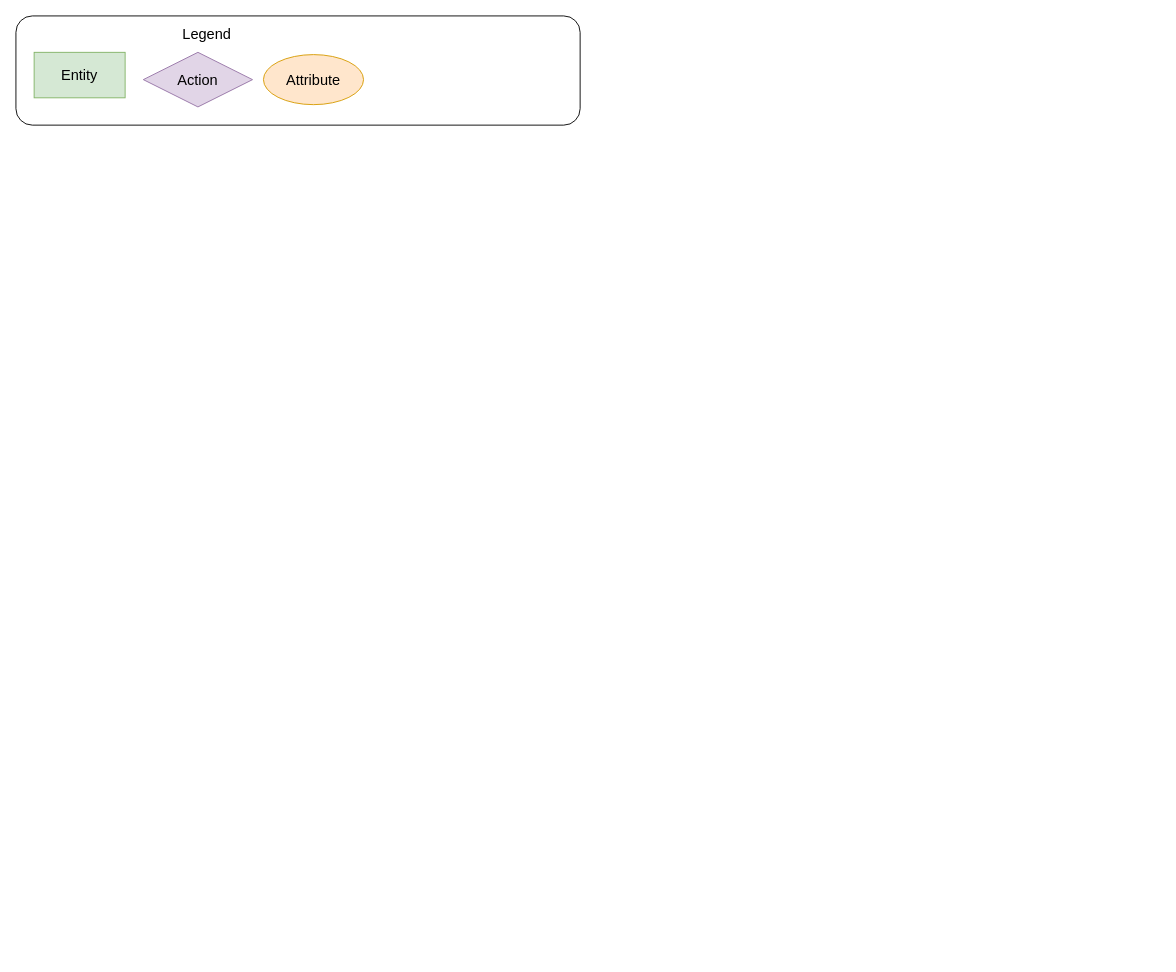
This is page "Page-2" (2 of 2) of RZ-IFD.drawio from rebeccazeidenberg/datadiagrams, a draw.io file, before an edit. Source tidied: cells renumbered, new cells numbered last; positions are measured from the earlier drawing's top-left corner, leaving out a move shared by most shapes. Both pictures are drawn from the tidied source at 91%, with x=0, y=0 at pixel (15, 15).
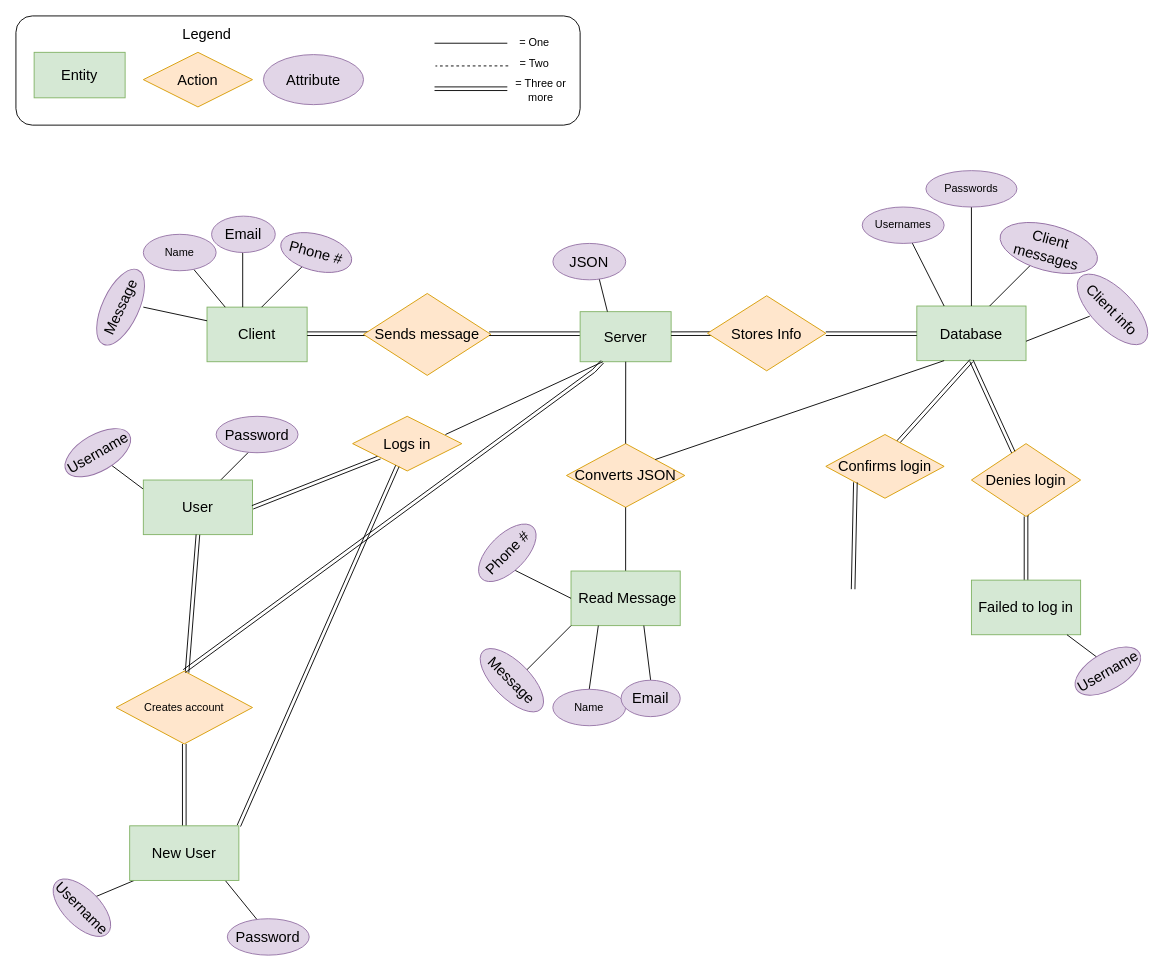
The same diagram, later.

Diff of the diagram source:
```diff
@@
-    <mxCell id="6" style="rhombus;whiteSpace=wrap;html=1;fontSize=16;fillColor=#e1d5e7;strokeColor=#9673a6;" parent="1" vertex="1">
+    <mxCell id="6" style="rhombus;whiteSpace=wrap;html=1;fontSize=16;fillColor=#ffe6cc;strokeColor=#d79b00;" parent="1" vertex="1">
       <mxGeometry x="140" y="40" width="120" height="60" as="geometry" />
     </mxCell>
@@
-    <mxCell id="8" style="ellipse;whiteSpace=wrap;html=1;fontSize=16;fillColor=#ffe6cc;strokeColor=#d79b00;" parent="1" vertex="1">
+    <mxCell id="8" style="ellipse;whiteSpace=wrap;html=1;fontSize=16;fillColor=#e1d5e7;strokeColor=#9673a6;" parent="1" vertex="1">
       <mxGeometry x="272" y="42.5" width="110" height="55" as="geometry" />
     </mxCell>
@@
+    <mxCell id="10" value="= One" style="text;html=1;strokeColor=none;fillColor=none;align=center;verticalAlign=middle;whiteSpace=wrap;rounded=0;" parent="1" vertex="1">
+      <mxGeometry x="540" y="20" width="60" height="20" as="geometry" />
+    </mxCell>
+    <mxCell id="11" style="endArrow=none;html=1;fontSize=16;" parent="1" edge="1">
+      <mxGeometry relative="1" as="geometry">
+        <mxPoint x="460" y="30" as="sourcePoint" />
+        <mxPoint x="540" y="30" as="targetPoint" />
+      </mxGeometry>
+    </mxCell>
+    <mxCell id="12" style="endArrow=none;dashed=1;html=1;fontSize=16;" parent="1" edge="1">
+      <mxGeometry relative="1" as="geometry">
+        <mxPoint x="541" y="54.9" as="sourcePoint" />
+        <mxPoint x="461" y="55" as="targetPoint" />
+      </mxGeometry>
+    </mxCell>
+    <mxCell id="13" value="= Two" style="text;html=1;strokeColor=none;fillColor=none;align=center;verticalAlign=middle;whiteSpace=wrap;rounded=0;" parent="1" vertex="1">
+      <mxGeometry x="540" y="42.5" width="60" height="20" as="geometry" />
+    </mxCell>
+    <mxCell id="14" style="shape=link;html=1;fontSize=16;" parent="1" edge="1">
+      <mxGeometry relative="1" as="geometry">
+        <mxPoint x="460" y="80" as="sourcePoint" />
+        <mxPoint x="540" y="80" as="targetPoint" />
+      </mxGeometry>
+    </mxCell>
+    <mxCell id="15" value="= Three or more" style="text;html=1;strokeColor=none;fillColor=none;align=center;verticalAlign=middle;whiteSpace=wrap;rounded=0;" parent="1" vertex="1">
+      <mxGeometry x="547" y="71.5" width="60" height="20" as="geometry" />
+    </mxCell>
+    <mxCell id="16" value="Client" style="rounded=0;whiteSpace=wrap;html=1;fontSize=16;fillColor=#d5e8d4;strokeColor=#82b366;" parent="1" vertex="1">
+      <mxGeometry x="210" y="320" width="110" height="60" as="geometry" />
+    </mxCell>
+    <mxCell id="17" style="endArrow=none;html=1;fontSize=16;" parent="1" edge="1" target="18">
+      <mxGeometry relative="1" as="geometry">
+        <mxPoint x="230" y="320" as="sourcePoint" />
+      </mxGeometry>
+    </mxCell>
+    <mxCell id="18" value="Name" style="ellipse;whiteSpace=wrap;html=1;fillColor=#e1d5e7;strokeColor=#9673a6;" parent="1" vertex="1">
+      <mxGeometry x="140" y="240" width="80" height="40" as="geometry" />
+    </mxCell>
+    <mxCell id="19" style="endArrow=none;html=1;fontSize=16;" parent="1" edge="1">
+      <mxGeometry relative="1" as="geometry">
+        <mxPoint x="249.2" y="320" as="sourcePoint" />
+        <mxPoint x="249.2" y="260" as="targetPoint" />
+      </mxGeometry>
+    </mxCell>
+    <mxCell id="20" value="Email" style="ellipse;whiteSpace=wrap;html=1;fontSize=16;fillColor=#e1d5e7;strokeColor=#9673a6;" parent="1" vertex="1">
+      <mxGeometry x="215" y="220" width="70" height="40" as="geometry" />
+    </mxCell>
+    <mxCell id="21" style="endArrow=none;html=1;fontSize=16;" parent="1" edge="1">
+      <mxGeometry relative="1" as="geometry">
+        <mxPoint x="270" y="320" as="sourcePoint" />
+        <mxPoint x="320" y="270" as="targetPoint" />
+      </mxGeometry>
+    </mxCell>
+    <mxCell id="22" value="Phone #" style="ellipse;whiteSpace=wrap;html=1;fontSize=16;fillColor=#e1d5e7;strokeColor=#9673a6;rotation=15;" parent="1" vertex="1">
+      <mxGeometry x="290" y="240" width="80" height="40" as="geometry" />
+    </mxCell>
+    <mxCell id="23" style="endArrow=none;html=1;fontSize=16;exitX=0;exitY=0.25;exitDx=0;exitDy=0;" parent="1" edge="1" source="16">
+      <mxGeometry relative="1" as="geometry">
+        <mxPoint x="140" y="320" as="targetPoint" />
+      </mxGeometry>
+    </mxCell>
+    <mxCell id="24" value="Message" style="ellipse;whiteSpace=wrap;html=1;fontSize=16;fillColor=#e1d5e7;strokeColor=#9673a6;rotation=-65;" parent="1" vertex="1">
+      <mxGeometry x="70" y="300" width="90" height="40" as="geometry" />
+    </mxCell>
+    <mxCell id="25" style="shape=link;html=1;fontSize=16;" parent="1" edge="1">
+      <mxGeometry relative="1" as="geometry">
+        <mxPoint x="320" y="349.2" as="sourcePoint" />
+        <mxPoint x="400" y="349.2" as="targetPoint" />
+      </mxGeometry>
+    </mxCell>
+    <mxCell id="26" value="Sends message" style="rhombus;whiteSpace=wrap;html=1;fontSize=16;fillColor=#ffe6cc;strokeColor=#d79b00;" parent="1" vertex="1">
+      <mxGeometry x="382" y="305" width="140" height="90" as="geometry" />
+    </mxCell>
+    <mxCell id="27" style="shape=link;html=1;fontSize=16;" parent="1" edge="1">
+      <mxGeometry relative="1" as="geometry">
+        <mxPoint x="520" y="349.2" as="sourcePoint" />
+        <mxPoint x="620" y="349.2" as="targetPoint" />
+      </mxGeometry>
+    </mxCell>
+    <mxCell id="28" value="Server" style="rounded=0;whiteSpace=wrap;html=1;fontSize=16;fillColor=#d5e8d4;strokeColor=#82b366;" parent="1" vertex="1">
+      <mxGeometry x="620" y="325" width="100" height="55" as="geometry" />
+    </mxCell>
+    <mxCell id="29" style="endArrow=none;html=1;fontSize=16;" parent="1" edge="1">
+      <mxGeometry relative="1" as="geometry">
+        <mxPoint x="650" y="325" as="sourcePoint" />
+        <mxPoint x="640" y="285" as="targetPoint" />
+      </mxGeometry>
+    </mxCell>
+    <mxCell id="30" value="JSON" style="ellipse;whiteSpace=wrap;html=1;fontSize=16;fillColor=#e1d5e7;strokeColor=#9673a6;rotation=0;" parent="1" vertex="1">
+      <mxGeometry x="590.1" y="250" width="80" height="40" as="geometry" />
+    </mxCell>
+    <mxCell id="31" value="Converts JSON" style="rhombus;whiteSpace=wrap;html=1;fontSize=16;fillColor=#ffe6cc;strokeColor=#d79b00;" parent="1" vertex="1">
+      <mxGeometry x="605" y="470" width="130" height="70" as="geometry" />
+    </mxCell>
+    <mxCell id="32" style="endArrow=none;html=1;fontSize=16;entryX=0.5;entryY=1;entryDx=0;entryDy=0;" parent="1" edge="1" target="31">
+      <mxGeometry relative="1" as="geometry">
+        <mxPoint x="670" y="610" as="sourcePoint" />
+      </mxGeometry>
+    </mxCell>
+    <mxCell id="33" style="endArrow=none;html=1;fontSize=16;exitX=0.5;exitY=0;exitDx=0;exitDy=0;" parent="1" edge="1" source="31">
+      <mxGeometry relative="1" as="geometry">
+        <mxPoint x="670.1" y="380" as="targetPoint" />
+      </mxGeometry>
+    </mxCell>
+    <mxCell id="34" value="&amp;nbsp;Read Message" style="rounded=0;whiteSpace=wrap;html=1;fontSize=16;fillColor=#d5e8d4;strokeColor=#82b366;" parent="1" vertex="1">
+      <mxGeometry x="610" y="610" width="120" height="60" as="geometry" />
+    </mxCell>
+    <mxCell id="35" style="endArrow=none;html=1;fontSize=16;exitX=0;exitY=1;exitDx=0;exitDy=0;" parent="1" edge="1" source="34">
+      <mxGeometry relative="1" as="geometry">
+        <mxPoint x="560" y="720" as="targetPoint" />
+      </mxGeometry>
+    </mxCell>
+    <mxCell id="36" value="Message" style="ellipse;whiteSpace=wrap;html=1;fontSize=16;fillColor=#e1d5e7;strokeColor=#9673a6;rotation=45;" parent="1" vertex="1">
+      <mxGeometry x="500" y="710" width="90" height="40" as="geometry" />
+    </mxCell>
+    <mxCell id="37" style="endArrow=none;html=1;fontSize=16;exitX=0.25;exitY=1;exitDx=0;exitDy=0;entryX=0.5;entryY=0;entryDx=0;entryDy=0;" parent="1" edge="1" source="34" target="38">
+      <mxGeometry relative="1" as="geometry" />
+    </mxCell>
+    <mxCell id="38" value="Name" style="ellipse;whiteSpace=wrap;html=1;fillColor=#e1d5e7;strokeColor=#9673a6;" parent="1" vertex="1">
+      <mxGeometry x="590" y="740" width="80" height="40" as="geometry" />
+    </mxCell>
+    <mxCell id="39" style="endArrow=none;html=1;fontSize=16;exitX=0.5;exitY=0;exitDx=0;exitDy=0;" parent="1" edge="1" source="40">
+      <mxGeometry relative="1" as="geometry">
+        <mxPoint x="690" y="670" as="targetPoint" />
+      </mxGeometry>
+    </mxCell>
+    <mxCell id="40" value="Email" style="ellipse;whiteSpace=wrap;html=1;fontSize=16;fillColor=#e1d5e7;strokeColor=#9673a6;" parent="1" vertex="1">
+      <mxGeometry x="665" y="730" width="65" height="40" as="geometry" />
+    </mxCell>
+    <mxCell id="41" style="endArrow=none;html=1;fontSize=16;exitX=0;exitY=0.5;exitDx=0;exitDy=0;" parent="1" edge="1" source="34">
+      <mxGeometry relative="1" as="geometry">
+        <mxPoint x="530" y="600" as="targetPoint" />
+      </mxGeometry>
+    </mxCell>
+    <mxCell id="42" value="Phone #" style="ellipse;whiteSpace=wrap;html=1;fontSize=16;fillColor=#e1d5e7;strokeColor=#9673a6;rotation=-45;" parent="1" vertex="1">
+      <mxGeometry x="500" y="570" width="80" height="40" as="geometry" />
+    </mxCell>
+    <mxCell id="43" style="endArrow=none;html=1;fontSize=16;" parent="1" edge="1">
+      <mxGeometry relative="1" as="geometry">
+        <mxPoint x="140" y="520" as="sourcePoint" />
+        <mxPoint x="100" y="490" as="targetPoint" />
+      </mxGeometry>
+    </mxCell>
+    <mxCell id="44" value="Username" style="ellipse;whiteSpace=wrap;html=1;fontSize=16;fillColor=#e1d5e7;strokeColor=#9673a6;rotation=-30;" parent="1" vertex="1">
+      <mxGeometry x="50" y="460" width="80" height="40" as="geometry" />
+    </mxCell>
+    <mxCell id="45" style="endArrow=none;html=1;fontSize=16;" parent="1" edge="1" source="46">
+      <mxGeometry relative="1" as="geometry">
+        <mxPoint x="265" y="470" as="targetPoint" />
+      </mxGeometry>
+    </mxCell>
+    <mxCell id="46" value="Password" style="ellipse;whiteSpace=wrap;html=1;fontSize=16;fillColor=#e1d5e7;strokeColor=#9673a6;" parent="1" vertex="1">
+      <mxGeometry x="220" y="440" width="90" height="40" as="geometry" />
+    </mxCell>
+    <mxCell id="47" style="endArrow=none;html=1;fontSize=16;" parent="1" edge="1" target="46">
+      <mxGeometry relative="1" as="geometry">
+        <mxPoint x="215" y="520" as="sourcePoint" />
+        <Array as="points">
+          <mxPoint x="255" y="480" />
+        </Array>
+      </mxGeometry>
+    </mxCell>
+    <mxCell id="48" value="User" style="rounded=0;whiteSpace=wrap;html=1;fontSize=16;fillColor=#d5e8d4;strokeColor=#82b366;" parent="1" vertex="1">
+      <mxGeometry x="140" y="510" width="120" height="60" as="geometry" />
+    </mxCell>
+    <mxCell id="49" style="shape=link;html=1;fontSize=16;entryX=0;entryY=1;entryDx=0;entryDy=0;" parent="1" edge="1" target="50">
+      <mxGeometry relative="1" as="geometry">
+        <mxPoint x="260" y="540" as="sourcePoint" />
+      </mxGeometry>
+    </mxCell>
+    <mxCell id="50" value="Logs in" style="rhombus;whiteSpace=wrap;html=1;fontSize=16;fillColor=#ffe6cc;strokeColor=#d79b00;" parent="1" vertex="1">
+      <mxGeometry x="370" y="440" width="120" height="60" as="geometry" />
+    </mxCell>
+    <mxCell id="51" style="endArrow=none;html=1;fontSize=16;entryX=0.25;entryY=1;entryDx=0;entryDy=0;" parent="1" edge="1" target="28">
+      <mxGeometry relative="1" as="geometry">
+        <mxPoint x="472" y="460" as="sourcePoint" />
+      </mxGeometry>
+    </mxCell>
+    <mxCell id="52" style="shape=link;html=1;fontSize=16;" parent="1" edge="1">
+      <mxGeometry relative="1" as="geometry">
+        <mxPoint x="720" y="349.2" as="sourcePoint" />
+        <mxPoint x="770.1" y="349.1" as="targetPoint" />
+      </mxGeometry>
+    </mxCell>
+    <mxCell id="53" value="Stores Info" style="rhombus;whiteSpace=wrap;html=1;fontSize=16;fillColor=#ffe6cc;strokeColor=#d79b00;" parent="1" vertex="1">
+      <mxGeometry x="760" y="307.5" width="130" height="82.5" as="geometry" />
+    </mxCell>
+    <mxCell id="54" value="Database" style="rounded=0;whiteSpace=wrap;html=1;fontSize=16;fillColor=#d5e8d4;strokeColor=#82b366;" parent="1" vertex="1">
+      <mxGeometry x="990" y="318.8" width="120" height="60" as="geometry" />
+    </mxCell>
+    <mxCell id="55" style="shape=link;html=1;fontSize=16;" parent="1" edge="1">
+      <mxGeometry relative="1" as="geometry">
+        <mxPoint x="890" y="349.2" as="sourcePoint" />
+        <mxPoint x="990" y="349.2" as="targetPoint" />
+      </mxGeometry>
+    </mxCell>
+    <mxCell id="56" style="endArrow=none;html=1;fontSize=16;exitX=0.25;exitY=0;exitDx=0;exitDy=0;" parent="1" edge="1" source="54" target="57">
+      <mxGeometry relative="1" as="geometry" />
+    </mxCell>
+    <mxCell id="57" value="Usernames" style="ellipse;whiteSpace=wrap;html=1;fillColor=#e1d5e7;strokeColor=#9673a6;" parent="1" vertex="1">
+      <mxGeometry x="930" y="210" width="90" height="40" as="geometry" />
+    </mxCell>
+    <mxCell id="58" style="endArrow=none;html=1;fontSize=16;exitX=0.5;exitY=0;exitDx=0;exitDy=0;" parent="1" edge="1" source="54" target="59">
+      <mxGeometry relative="1" as="geometry" />
+    </mxCell>
+    <mxCell id="59" value="Passwords" style="ellipse;whiteSpace=wrap;html=1;fillColor=#e1d5e7;strokeColor=#9673a6;" parent="1" vertex="1">
+      <mxGeometry x="1000" y="170" width="100" height="40" as="geometry" />
+    </mxCell>
+    <mxCell id="60" style="endArrow=none;html=1;fontSize=16;" parent="1" edge="1">
+      <mxGeometry relative="1" as="geometry">
+        <mxPoint x="1070" y="318.8" as="sourcePoint" />
+        <mxPoint x="1120" y="268.8" as="targetPoint" />
+      </mxGeometry>
+    </mxCell>
+    <mxCell id="61" value="Client messages" style="ellipse;whiteSpace=wrap;html=1;fontSize=16;fillColor=#e1d5e7;strokeColor=#9673a6;rotation=15;" parent="1" vertex="1">
+      <mxGeometry x="1080" y="230" width="110" height="50" as="geometry" />
+    </mxCell>
+    <mxCell id="62" style="endArrow=none;html=1;fontSize=16;" parent="1" edge="1">
+      <mxGeometry relative="1" as="geometry">
+        <mxPoint x="1110" y="357.5" as="sourcePoint" />
+        <mxPoint x="1180" y="330" as="targetPoint" />
+      </mxGeometry>
+    </mxCell>
+    <mxCell id="63" value="Client info" style="ellipse;whiteSpace=wrap;html=1;fontSize=16;fillColor=#e1d5e7;strokeColor=#9673a6;rotation=45;" parent="1" vertex="1">
+      <mxGeometry x="1155" y="300" width="100" height="45" as="geometry" />
+    </mxCell>
+    <mxCell id="64" style="endArrow=none;html=1;fontSize=16;entryX=0.25;entryY=1;entryDx=0;entryDy=0;exitX=1;exitY=0;exitDx=0;exitDy=0;" parent="1" edge="1" source="31" target="54">
+      <mxGeometry relative="1" as="geometry" />
+    </mxCell>
+    <mxCell id="65" style="shape=link;html=1;fontSize=16;exitX=0.5;exitY=1;exitDx=0;exitDy=0;" parent="1" edge="1" source="48" target="66">
+      <mxGeometry relative="1" as="geometry" />
+    </mxCell>
+    <mxCell id="66" value="Creates account" style="rhombus;whiteSpace=wrap;html=1;fillColor=#ffe6cc;strokeColor=#d79b00;" parent="1" vertex="1">
+      <mxGeometry x="110" y="720" width="150" height="80" as="geometry" />
+    </mxCell>
+    <mxCell id="67" style="shape=link;html=1;fontSize=16;exitX=0.5;exitY=0;exitDx=0;exitDy=0;" parent="1" edge="1" source="66" target="28">
+      <mxGeometry relative="1" as="geometry">
+        <Array as="points">
+          <mxPoint x="635" y="390" />
+        </Array>
+      </mxGeometry>
+    </mxCell>
+    <mxCell id="68" style="endArrow=none;html=1;fontSize=16;exitX=0;exitY=1;exitDx=0;exitDy=0;" parent="1" edge="1">
+      <mxGeometry relative="1" as="geometry">
+        <mxPoint x="130" y="950" as="sourcePoint" />
+        <mxPoint x="82.5" y="970" as="targetPoint" />
+      </mxGeometry>
+    </mxCell>
+    <mxCell id="69" value="Username" style="ellipse;whiteSpace=wrap;html=1;fontSize=16;fillColor=#e1d5e7;strokeColor=#9673a6;rotation=45;" parent="1" vertex="1">
+      <mxGeometry x="32.5" y="960" width="80" height="40" as="geometry" />
+    </mxCell>
+    <mxCell id="70" style="endArrow=none;html=1;fontSize=16;" parent="1" edge="1">
+      <mxGeometry relative="1" as="geometry">
+        <mxPoint x="272.3" y="1002.1" as="sourcePoint" />
+        <mxPoint x="230" y="950" as="targetPoint" />
+      </mxGeometry>
+    </mxCell>
+    <mxCell id="71" value="Password" style="ellipse;whiteSpace=wrap;html=1;fontSize=16;fillColor=#e1d5e7;strokeColor=#9673a6;" parent="1" vertex="1">
+      <mxGeometry x="232.3" y="992.1" width="90" height="40" as="geometry" />
+    </mxCell>
+    <mxCell id="72" style="shape=link;html=1;fontSize=16;entryX=0.5;entryY=1;entryDx=0;entryDy=0;" parent="1" edge="1" target="66">
+      <mxGeometry relative="1" as="geometry">
+        <mxPoint x="185" y="910" as="sourcePoint" />
+      </mxGeometry>
+    </mxCell>
+    <mxCell id="73" value="New User" style="rounded=0;whiteSpace=wrap;html=1;fontSize=16;fillColor=#d5e8d4;strokeColor=#82b366;" parent="1" vertex="1">
+      <mxGeometry x="125" y="890" width="120" height="60" as="geometry" />
+    </mxCell>
+    <mxCell id="74" style="shape=link;html=1;fontSize=16;exitX=1;exitY=0;exitDx=0;exitDy=0;" parent="1" edge="1" source="73" target="50">
+      <mxGeometry relative="1" as="geometry" />
+    </mxCell>
+    <mxCell id="75" style="shape=link;html=1;fontSize=16;entryX=0.5;entryY=1;entryDx=0;entryDy=0;" parent="1" edge="1" target="54">
+      <mxGeometry relative="1" as="geometry">
+        <mxPoint x="950" y="490" as="sourcePoint" />
+      </mxGeometry>
+    </mxCell>
+    <mxCell id="76" value="Confirms login" style="rhombus;whiteSpace=wrap;html=1;fontSize=16;fillColor=#ffe6cc;strokeColor=#d79b00;" parent="1" vertex="1">
+      <mxGeometry x="890" y="460" width="130" height="70" as="geometry" />
+    </mxCell>
+    <mxCell id="77" style="shape=link;html=1;fontSize=16;exitX=0.5;exitY=1;exitDx=0;exitDy=0;" parent="1" edge="1" source="78">
+      <mxGeometry relative="1" as="geometry">
+        <mxPoint x="1120" y="510" as="targetPoint" />
+      </mxGeometry>
+    </mxCell>
+    <mxCell id="78" value="Denies login" style="rhombus;whiteSpace=wrap;html=1;fontSize=16;fillColor=#ffe6cc;strokeColor=#d79b00;" parent="1" vertex="1">
+      <mxGeometry x="1050" y="470" width="120" height="80" as="geometry" />
+    </mxCell>
+    <mxCell id="79" style="shape=link;html=1;fontSize=16;exitX=0.5;exitY=1;exitDx=0;exitDy=0;" parent="1" edge="1" source="54" target="78">
+      <mxGeometry relative="1" as="geometry" />
+    </mxCell>
+    <mxCell id="80" style="shape=link;html=1;fontSize=16;entryX=0;entryY=1;entryDx=0;entryDy=0;" parent="1" edge="1" target="76">
+      <mxGeometry relative="1" as="geometry">
+        <mxPoint x="920" y="630" as="sourcePoint" />
+      </mxGeometry>
+    </mxCell>
+    <mxCell id="81" style="shape=link;html=1;fontSize=16;entryX=0.5;entryY=1;entryDx=0;entryDy=0;" parent="1" edge="1" target="78">
+      <mxGeometry relative="1" as="geometry">
+        <mxPoint x="1110" y="630" as="sourcePoint" />
+      </mxGeometry>
+    </mxCell>
+    <mxCell id="82" value="Failed to log in" style="rounded=0;whiteSpace=wrap;html=1;fontSize=16;fillColor=#d5e8d4;strokeColor=#82b366;" parent="1" vertex="1">
+      <mxGeometry x="1050" y="620" width="120" height="60" as="geometry" />
+    </mxCell>
+    <mxCell id="83" style="endArrow=none;html=1;fontSize=16;" parent="1" edge="1">
+      <mxGeometry relative="1" as="geometry">
+        <mxPoint x="1195" y="710" as="sourcePoint" />
+        <mxPoint x="1155" y="680" as="targetPoint" />
+      </mxGeometry>
+    </mxCell>
+    <mxCell id="84" value="Username" style="ellipse;whiteSpace=wrap;html=1;fontSize=16;fillColor=#e1d5e7;strokeColor=#9673a6;rotation=-30;" parent="1" vertex="1">
+      <mxGeometry x="1160" y="700" width="80" height="40" as="geometry" />
+    </mxCell>
```
